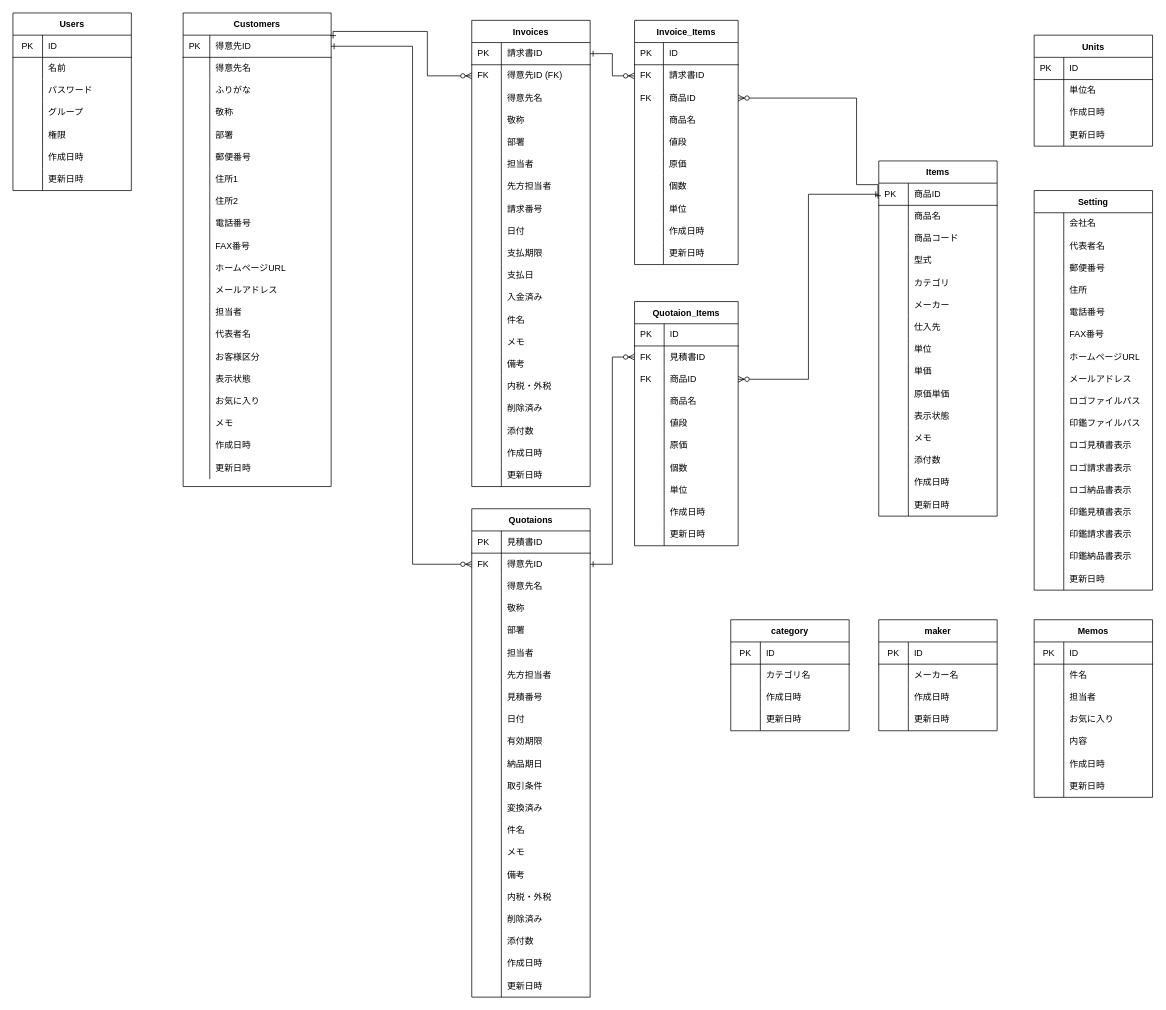
Before: soho_er.dio in gamasenninn/caddie-clone, a draw.io diagram. Source tidied: cells renumbered, new cells numbered last; positions are measured from the earlier drawing's top-left corner, leaving out a move shared by most shapes. Both pictures are drawn from the tidied source at 74%, with x=0, y=0 at pixel (13, 13).
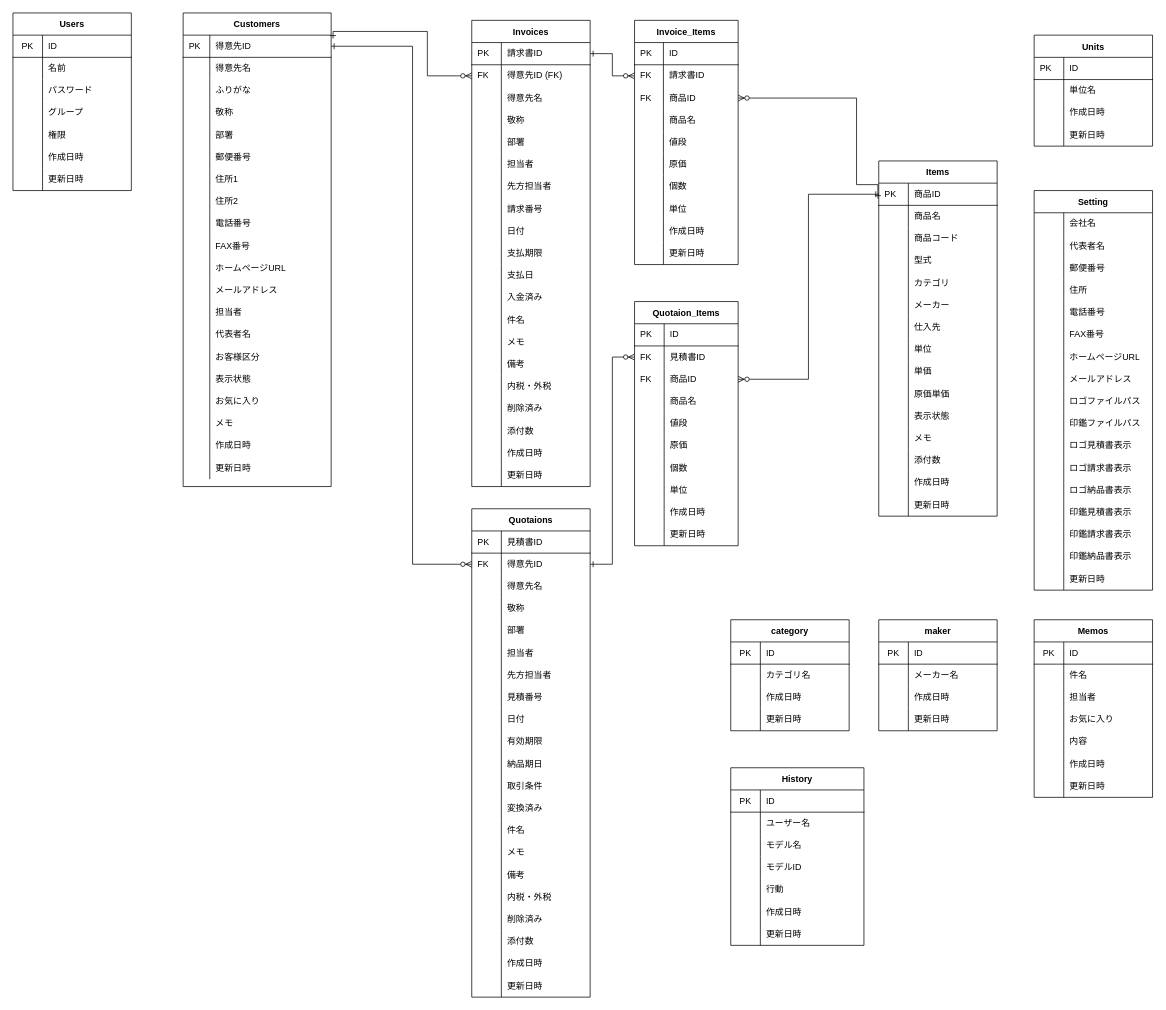
The same page after the edit.

What changed in the source:
```diff
@@
+    <mxCell id="437" value="History" style="shape=table;startSize=30;childLayout=tableLayout;rowLines=0;fontStyle=1;align=center;" parent="1" vertex="1">
+      <mxGeometry x="970" y="1020" width="180" height="240" as="geometry" />
+    </mxCell>
+    <mxCell id="438" style="shape=partialRectangle;html=1;whiteSpace=wrap;fillColor=none;top=0;left=0;bottom=1;right=0;" parent="437" vertex="1">
+      <mxGeometry y="30" width="180" height="30" as="geometry" />
+    </mxCell>
+    <mxCell id="439" value="PK" style="shape=partialRectangle;html=1;whiteSpace=wrap;fillColor=none;top=0;left=0;bottom=0;right=0;overflow=hidden;" parent="438" vertex="1">
+      <mxGeometry width="40" height="30" as="geometry" />
+    </mxCell>
+    <mxCell id="440" value="ID" style="shape=partialRectangle;html=1;whiteSpace=wrap;fillColor=none;top=0;left=0;bottom=0;right=0;align=left;spacingLeft=6;overflow=hidden;" parent="438" vertex="1">
+      <mxGeometry x="40" width="140" height="30" as="geometry" />
+    </mxCell>
+    <mxCell id="441" style="shape=partialRectangle;html=1;whiteSpace=wrap;fillColor=none;top=0;left=0;bottom=0;right=0;" parent="437" vertex="1">
+      <mxGeometry y="60" width="180" height="30" as="geometry" />
+    </mxCell>
+    <mxCell id="442" style="shape=partialRectangle;html=1;whiteSpace=wrap;fillColor=none;top=0;left=0;bottom=0;right=0;overflow=hidden;" parent="441" vertex="1">
+      <mxGeometry width="40" height="30" as="geometry" />
+    </mxCell>
+    <mxCell id="443" value="ユーザー名" style="shape=partialRectangle;html=1;whiteSpace=wrap;fillColor=none;top=0;left=0;bottom=0;right=0;align=left;spacingLeft=6;overflow=hidden;" parent="441" vertex="1">
+      <mxGeometry x="40" width="140" height="30" as="geometry" />
+    </mxCell>
+    <mxCell id="444" style="shape=partialRectangle;html=1;whiteSpace=wrap;fillColor=none;top=0;left=0;bottom=0;right=0;" parent="437" vertex="1">
+      <mxGeometry y="90" width="180" height="30" as="geometry" />
+    </mxCell>
+    <mxCell id="445" style="shape=partialRectangle;html=1;whiteSpace=wrap;fillColor=none;top=0;left=0;bottom=0;right=0;overflow=hidden;" parent="444" vertex="1">
+      <mxGeometry width="40" height="30" as="geometry" />
+    </mxCell>
+    <mxCell id="446" value="モデル名" style="shape=partialRectangle;html=1;whiteSpace=wrap;fillColor=none;top=0;left=0;bottom=0;right=0;align=left;spacingLeft=6;overflow=hidden;" parent="444" vertex="1">
+      <mxGeometry x="40" width="140" height="30" as="geometry" />
+    </mxCell>
+    <mxCell id="447" style="shape=partialRectangle;html=1;whiteSpace=wrap;fillColor=none;top=0;left=0;bottom=0;right=0;" parent="437" vertex="1">
+      <mxGeometry y="120" width="180" height="30" as="geometry" />
+    </mxCell>
+    <mxCell id="448" style="shape=partialRectangle;html=1;whiteSpace=wrap;fillColor=none;top=0;left=0;bottom=0;right=0;overflow=hidden;" parent="447" vertex="1">
+      <mxGeometry width="40" height="30" as="geometry" />
+    </mxCell>
+    <mxCell id="449" value="モデルID" style="shape=partialRectangle;html=1;whiteSpace=wrap;fillColor=none;top=0;left=0;bottom=0;right=0;align=left;spacingLeft=6;overflow=hidden;" parent="447" vertex="1">
+      <mxGeometry x="40" width="140" height="30" as="geometry" />
+    </mxCell>
+    <mxCell id="450" style="shape=partialRectangle;html=1;whiteSpace=wrap;fillColor=none;top=0;left=0;bottom=0;right=0;" parent="437" vertex="1">
+      <mxGeometry y="150" width="180" height="30" as="geometry" />
+    </mxCell>
+    <mxCell id="451" style="shape=partialRectangle;html=1;whiteSpace=wrap;fillColor=none;top=0;left=0;bottom=0;right=0;overflow=hidden;" parent="450" vertex="1">
+      <mxGeometry width="40" height="30" as="geometry" />
+    </mxCell>
+    <mxCell id="452" value="行動" style="shape=partialRectangle;html=1;whiteSpace=wrap;fillColor=none;top=0;left=0;bottom=0;right=0;align=left;spacingLeft=6;overflow=hidden;" parent="450" vertex="1">
+      <mxGeometry x="40" width="140" height="30" as="geometry" />
+    </mxCell>
+    <mxCell id="453" style="shape=partialRectangle;html=1;whiteSpace=wrap;fillColor=none;top=0;left=0;bottom=0;right=0;" parent="437" vertex="1">
+      <mxGeometry y="180" width="180" height="30" as="geometry" />
+    </mxCell>
+    <mxCell id="454" style="shape=partialRectangle;html=1;whiteSpace=wrap;fillColor=none;top=0;left=0;bottom=0;right=0;overflow=hidden;" parent="453" vertex="1">
+      <mxGeometry width="40" height="30" as="geometry" />
+    </mxCell>
+    <mxCell id="455" value="作成日時" style="shape=partialRectangle;html=1;whiteSpace=wrap;fillColor=none;top=0;left=0;bottom=0;right=0;align=left;spacingLeft=6;overflow=hidden;" parent="453" vertex="1">
+      <mxGeometry x="40" width="140" height="30" as="geometry" />
+    </mxCell>
+    <mxCell id="456" style="shape=partialRectangle;html=1;whiteSpace=wrap;fillColor=none;top=0;left=0;bottom=0;right=0;" parent="437" vertex="1">
+      <mxGeometry y="210" width="180" height="30" as="geometry" />
+    </mxCell>
+    <mxCell id="457" style="shape=partialRectangle;html=1;whiteSpace=wrap;fillColor=none;top=0;left=0;bottom=0;right=0;overflow=hidden;" parent="456" vertex="1">
+      <mxGeometry width="40" height="30" as="geometry" />
+    </mxCell>
+    <mxCell id="458" value="更新日時" style="shape=partialRectangle;html=1;whiteSpace=wrap;fillColor=none;top=0;left=0;bottom=0;right=0;align=left;spacingLeft=6;overflow=hidden;" parent="456" vertex="1">
+      <mxGeometry x="40" width="140" height="30" as="geometry" />
+    </mxCell>
```
